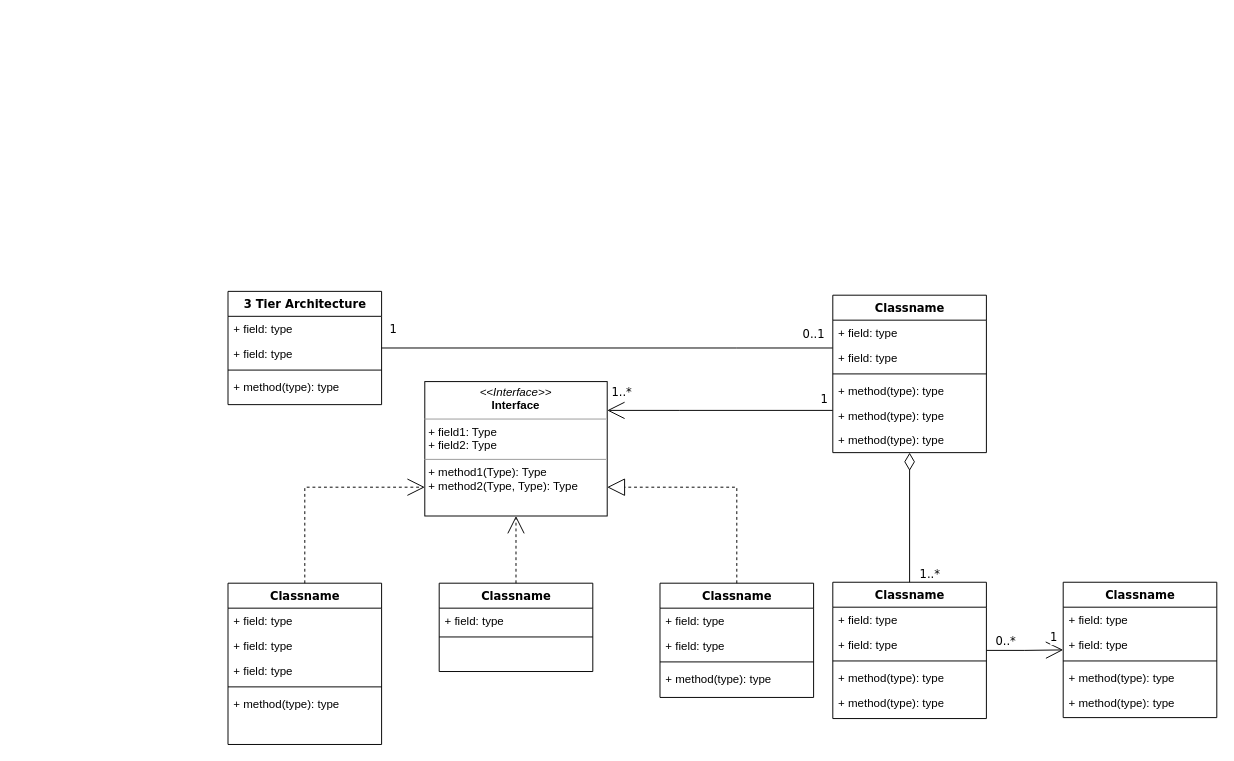
The draw.io diagram Untitled Diagram.drawio in karthi770/Java_app, before the edit. Source tidied: cells renumbered, new cells numbered last; positions are measured from the earlier drawing's top-left corner, leaving out a move shared by most shapes. Both pictures are drawn from the tidied source at 96%, with x=0, y=0 at pixel (228, 291).
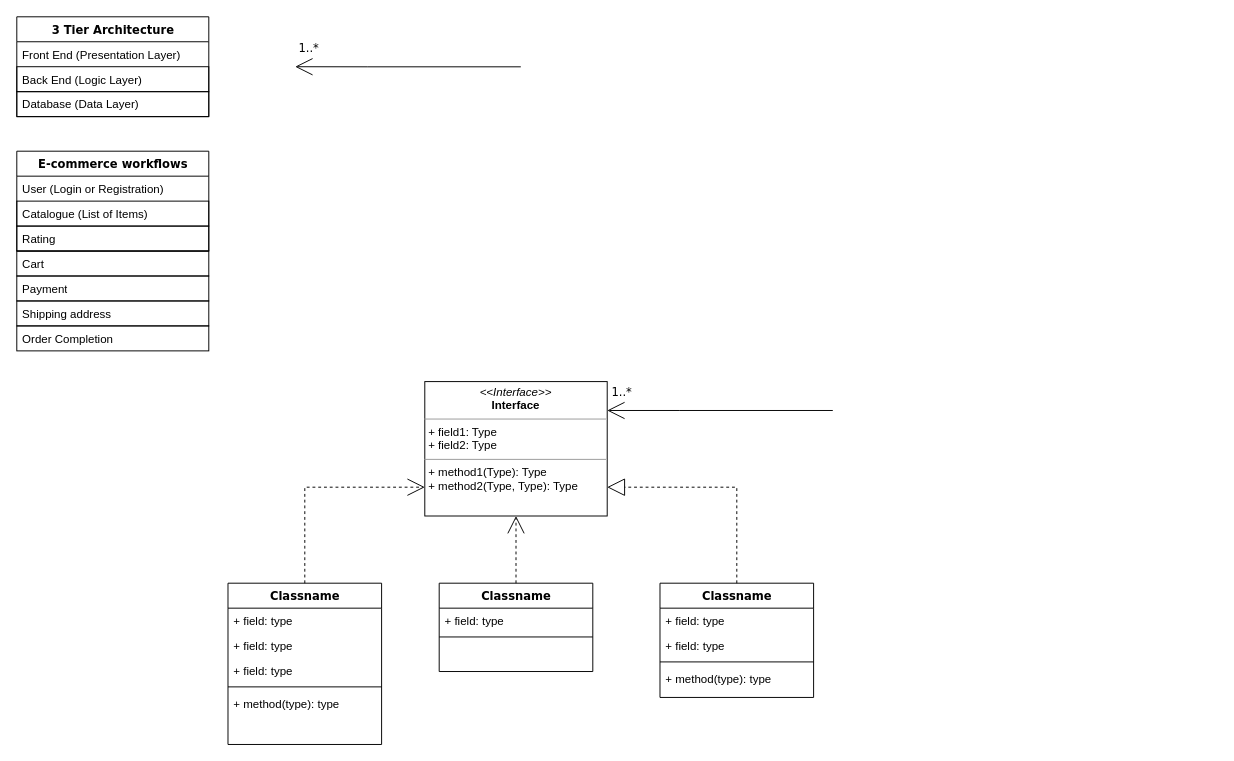
The same diagram, later.

Unchanged cells that the change refers to:
```xml
<mxCell id="54" value="&lt;p style=&quot;margin:0px;margin-top:4px;text-align:center;&quot;&gt;&lt;i&gt;&amp;lt;&amp;lt;Interface&amp;gt;&amp;gt;&lt;/i&gt;&lt;br/&gt;&lt;b&gt;Interface&lt;/b&gt;&lt;/p&gt;&lt;hr size=&quot;1&quot;/&gt;&lt;p style=&quot;margin:0px;margin-left:4px;&quot;&gt;+ field1: Type&lt;br/&gt;+ field2: Type&lt;/p&gt;&lt;hr size=&quot;1&quot;/&gt;&lt;p style=&quot;margin:0px;margin-left:4px;&quot;&gt;+ method1(Type): Type&lt;br/&gt;+ method2(Type, Type): Type&lt;/p&gt;" style="verticalAlign=top;align=left;overflow=fill;fontSize=12;fontFamily=Helvetica;html=1;rounded=0;shadow=0;comic=0;labelBackgroundColor=none;strokeWidth=1;" parent="1" vertex="1">
  <mxGeometry x="205" y="94" width="190" height="140" as="geometry" />
</mxCell>
```

Change to the diagram source:
```diff
@@
     <mxCell id="9" value="3 Tier Architecture" style="swimlane;html=1;fontStyle=1;align=center;verticalAlign=top;horizontal=1;startSize=26;swimlaneFillColor=#ffffff;rounded=0;shadow=0;comic=0;labelBackgroundColor=none;strokeWidth=1;fillColor=none;fontFamily=Verdana;fontSize=12;" parent="1" vertex="1">
-      <mxGeometry width="160" height="118" as="geometry" />
+      <mxGeometry x="-220" y="-286" width="200" height="104" as="geometry" />
     </mxCell>
-    <mxCell id="10" value="+ field: type" style="text;html=1;strokeColor=none;fillColor=none;align=left;verticalAlign=top;spacingLeft=4;spacingRight=4;whiteSpace=wrap;overflow=hidden;" parent="9" vertex="1">
-      <mxGeometry y="26" width="160" height="26" as="geometry" />
+    <mxCell id="10" value="Front End (Presentation Layer) &lt;span style=&quot;white-space: pre;&quot;&gt;&#9;&lt;/span&gt;" style="text;html=1;strokeColor=none;fillColor=none;align=left;verticalAlign=top;spacingLeft=4;spacingRight=4;whiteSpace=wrap;overflow=hidden;" parent="9" vertex="1">
+      <mxGeometry y="26" width="200" height="26" as="geometry" />
     </mxCell>
-    <mxCell id="11" value="+ field: type" style="text;html=1;strokeColor=none;fillColor=none;align=left;verticalAlign=top;spacingLeft=4;spacingRight=4;whiteSpace=wrap;overflow=hidden;" parent="9" vertex="1">
-      <mxGeometry y="52" width="160" height="26" as="geometry" />
+    <mxCell id="11" value="Back End (Logic Layer)&lt;span style=&quot;white-space: pre;&quot;&gt;&#9;&lt;/span&gt;&lt;span style=&quot;white-space: pre;&quot;&gt;&#9;&lt;/span&gt;" style="text;html=1;strokeColor=default;fillColor=none;align=left;verticalAlign=top;spacingLeft=4;spacingRight=4;whiteSpace=wrap;overflow=hidden;" parent="9" vertex="1">
+      <mxGeometry y="52" width="200" height="26" as="geometry" />
     </mxCell>
-    <mxCell id="12" style="line;html=1;strokeWidth=1;fillColor=none;align=left;verticalAlign=middle;spacingTop=-1;spacingLeft=3;spacingRight=3;labelPosition=right;" parent="9" vertex="1">
-      <mxGeometry y="78" width="160" height="8" as="geometry" />
-    </mxCell>
-    <mxCell id="13" value="+ method(type): type" style="text;html=1;strokeColor=none;fillColor=none;align=left;verticalAlign=top;spacingLeft=4;spacingRight=4;whiteSpace=wrap;overflow=hidden;" parent="9" vertex="1">
-      <mxGeometry y="86" width="160" height="26" as="geometry" />
-    </mxCell>
+    <mxCell id="55" value="Database (Data Layer)" style="text;html=1;strokeColor=default;fillColor=none;align=left;verticalAlign=top;spacingLeft=4;spacingRight=4;whiteSpace=wrap;overflow=hidden;" parent="9" vertex="1">
+      <mxGeometry y="78" width="200" height="26" as="geometry" />
+    </mxCell>
-    <mxCell id="14" style="edgeStyle=orthogonalEdgeStyle;rounded=0;html=1;labelBackgroundColor=none;startArrow=none;startFill=0;startSize=8;endArrow=open;endFill=0;endSize=16;fontFamily=Verdana;fontSize=12;" parent="1" edge="1" source="20" target="54">
+    <mxCell id="14" style="edgeStyle=orthogonalEdgeStyle;rounded=0;html=1;labelBackgroundColor=none;startArrow=none;startFill=0;startSize=8;endArrow=open;endFill=0;endSize=16;fontFamily=Verdana;fontSize=12;" parent="1" edge="1" target="54">
       <mxGeometry relative="1" as="geometry">
+        <mxPoint x="630" y="124.1" as="sourcePoint" />
         <Array as="points">
           <mxPoint x="470" y="124" />
           <mxPoint x="470" y="124" />
         </Array>
       </mxGeometry>
     </mxCell>
@@
-    <mxCell id="16" value="1" style="text;html=1;align=center;verticalAlign=middle;labelBackgroundColor=#ffffff;fontSize=12;fontFamily=Verdana;" parent="14" vertex="1">
-      <mxGeometry x="0.36" y="152" relative="1" as="geometry">
-        <mxPoint x="150" y="-164" as="offset" />
-      </mxGeometry>
-    </mxCell>
-    <mxCell id="17" style="edgeStyle=orthogonalEdgeStyle;rounded=0;html=1;labelBackgroundColor=none;startArrow=none;startFill=0;startSize=8;endArrow=none;endFill=0;endSize=16;fontFamily=Verdana;fontSize=12;" parent="1" edge="1" source="20" target="9">
-      <mxGeometry relative="1" as="geometry">
-        <Array as="points">
-          <mxPoint x="530" y="59" />
-          <mxPoint x="530" y="59" />
-        </Array>
-      </mxGeometry>
-    </mxCell>
-    <mxCell id="18" value="0..1" style="text;html=1;align=center;verticalAlign=middle;labelBackgroundColor=#ffffff;fontSize=12;fontFamily=Verdana;" parent="17" vertex="1">
-      <mxGeometry x="-0.57" y="-86" relative="1" as="geometry">
-        <mxPoint x="80" y="71" as="offset" />
-      </mxGeometry>
-    </mxCell>
-    <mxCell id="19" value="1" style="text;html=1;align=center;verticalAlign=middle;labelBackgroundColor=#ffffff;fontSize=12;fontFamily=Verdana;" parent="17" vertex="1">
-      <mxGeometry x="0.89" y="-1" relative="1" as="geometry">
-        <mxPoint x="-15" y="-19" as="offset" />
-      </mxGeometry>
-    </mxCell>
-    <mxCell id="20" value="Classname" style="swimlane;html=1;fontStyle=1;align=center;verticalAlign=top;horizontal=1;startSize=26;swimlaneFillColor=#ffffff;rounded=0;shadow=0;comic=0;labelBackgroundColor=none;strokeWidth=1;fillColor=none;fontFamily=Verdana;fontSize=12;" parent="1" vertex="1">
-      <mxGeometry x="630" y="4" width="160" height="164" as="geometry" />
-    </mxCell>
-    <mxCell id="21" value="+ field: type" style="text;html=1;strokeColor=none;fillColor=none;align=left;verticalAlign=top;spacingLeft=4;spacingRight=4;whiteSpace=wrap;overflow=hidden;" parent="20" vertex="1">
-      <mxGeometry y="26" width="160" height="26" as="geometry" />
-    </mxCell>
-    <mxCell id="22" value="+ field: type" style="text;html=1;strokeColor=none;fillColor=none;align=left;verticalAlign=top;spacingLeft=4;spacingRight=4;whiteSpace=wrap;overflow=hidden;" parent="20" vertex="1">
-      <mxGeometry y="52" width="160" height="26" as="geometry" />
-    </mxCell>
-    <mxCell id="23" style="line;html=1;strokeWidth=1;fillColor=none;align=left;verticalAlign=middle;spacingTop=-1;spacingLeft=3;spacingRight=3;labelPosition=right;" parent="20" vertex="1">
-      <mxGeometry y="78" width="160" height="8" as="geometry" />
-    </mxCell>
-    <mxCell id="24" value="+ method(type): type" style="text;html=1;strokeColor=none;fillColor=none;align=left;verticalAlign=top;spacingLeft=4;spacingRight=4;whiteSpace=wrap;overflow=hidden;" parent="20" vertex="1">
-      <mxGeometry y="86" width="160" height="26" as="geometry" />
-    </mxCell>
-    <mxCell id="25" value="+ method(type): type" style="text;html=1;strokeColor=none;fillColor=none;align=left;verticalAlign=top;spacingLeft=4;spacingRight=4;whiteSpace=wrap;overflow=hidden;" parent="20" vertex="1">
-      <mxGeometry y="112" width="160" height="26" as="geometry" />
-    </mxCell>
-    <mxCell id="26" value="+ method(type): type" style="text;html=1;strokeColor=none;fillColor=none;align=left;verticalAlign=top;spacingLeft=4;spacingRight=4;whiteSpace=wrap;overflow=hidden;" parent="20" vertex="1">
-      <mxGeometry y="138" width="160" height="26" as="geometry" />
-    </mxCell>
@@
-    <mxCell id="31" style="edgeStyle=orthogonalEdgeStyle;rounded=0;html=1;labelBackgroundColor=none;startArrow=none;startFill=0;startSize=8;endArrow=diamondThin;endFill=0;endSize=16;fontFamily=Verdana;fontSize=12;" parent="1" edge="1" source="36" target="20">
-      <mxGeometry relative="1" as="geometry" />
-    </mxCell>
-    <mxCell id="32" value="1..*" style="text;html=1;align=center;verticalAlign=middle;labelBackgroundColor=#ffffff;fontSize=12;fontFamily=Verdana;" parent="31" vertex="1">
-      <mxGeometry x="-0.85" y="-1" relative="1" as="geometry">
-        <mxPoint x="19" y="1" as="offset" />
-      </mxGeometry>
-    </mxCell>
-    <mxCell id="33" style="edgeStyle=orthogonalEdgeStyle;rounded=0;html=1;labelBackgroundColor=none;startArrow=none;startFill=0;startSize=8;endArrow=open;endFill=0;endSize=16;fontFamily=Verdana;fontSize=12;" parent="1" edge="1" source="36" target="42">
-      <mxGeometry relative="1" as="geometry" />
-    </mxCell>
-    <mxCell id="34" value="0..*" style="text;html=1;align=center;verticalAlign=middle;labelBackgroundColor=#ffffff;fontSize=12;fontFamily=Verdana;" parent="33" vertex="1">
-      <mxGeometry x="-0.79" relative="1" as="geometry">
-        <mxPoint x="11" y="-10" as="offset" />
-      </mxGeometry>
-    </mxCell>
-    <mxCell id="35" value="1" style="text;html=1;align=center;verticalAlign=middle;labelBackgroundColor=#ffffff;fontSize=12;fontFamily=Verdana;" parent="33" vertex="1">
-      <mxGeometry x="0.7" y="1" relative="1" as="geometry">
-        <mxPoint x="2" y="-12" as="offset" />
-      </mxGeometry>
-    </mxCell>
-    <mxCell id="36" value="Classname" style="swimlane;html=1;fontStyle=1;align=center;verticalAlign=top;horizontal=1;startSize=26;swimlaneFillColor=#ffffff;rounded=0;shadow=0;comic=0;labelBackgroundColor=none;strokeWidth=1;fillColor=none;fontFamily=Verdana;fontSize=12;" parent="1" vertex="1">
-      <mxGeometry x="630" y="303" width="160" height="142" as="geometry" />
-    </mxCell>
-    <mxCell id="37" value="+ field: type" style="text;html=1;strokeColor=none;fillColor=none;align=left;verticalAlign=top;spacingLeft=4;spacingRight=4;whiteSpace=wrap;overflow=hidden;" parent="36" vertex="1">
-      <mxGeometry y="26" width="160" height="26" as="geometry" />
-    </mxCell>
-    <mxCell id="38" value="+ field: type" style="text;html=1;strokeColor=none;fillColor=none;align=left;verticalAlign=top;spacingLeft=4;spacingRight=4;whiteSpace=wrap;overflow=hidden;" parent="36" vertex="1">
-      <mxGeometry y="52" width="160" height="26" as="geometry" />
-    </mxCell>
-    <mxCell id="39" style="line;html=1;strokeWidth=1;fillColor=none;align=left;verticalAlign=middle;spacingTop=-1;spacingLeft=3;spacingRight=3;labelPosition=right;" parent="36" vertex="1">
-      <mxGeometry y="78" width="160" height="8" as="geometry" />
-    </mxCell>
-    <mxCell id="40" value="+ method(type): type" style="text;html=1;strokeColor=none;fillColor=none;align=left;verticalAlign=top;spacingLeft=4;spacingRight=4;whiteSpace=wrap;overflow=hidden;" parent="36" vertex="1">
-      <mxGeometry y="86" width="160" height="26" as="geometry" />
-    </mxCell>
-    <mxCell id="41" value="+ method(type): type" style="text;html=1;strokeColor=none;fillColor=none;align=left;verticalAlign=top;spacingLeft=4;spacingRight=4;whiteSpace=wrap;overflow=hidden;" parent="36" vertex="1">
-      <mxGeometry y="112" width="160" height="26" as="geometry" />
-    </mxCell>
-    <mxCell id="42" value="Classname" style="swimlane;html=1;fontStyle=1;align=center;verticalAlign=top;horizontal=1;startSize=26;swimlaneFillColor=#ffffff;rounded=0;shadow=0;comic=0;labelBackgroundColor=none;strokeWidth=1;fillColor=none;fontFamily=Verdana;fontSize=12;" parent="1" vertex="1">
-      <mxGeometry x="870" y="303" width="160" height="141" as="geometry" />
-    </mxCell>
-    <mxCell id="43" value="+ field: type" style="text;html=1;strokeColor=none;fillColor=none;align=left;verticalAlign=top;spacingLeft=4;spacingRight=4;whiteSpace=wrap;overflow=hidden;" parent="42" vertex="1">
-      <mxGeometry y="26" width="160" height="26" as="geometry" />
-    </mxCell>
-    <mxCell id="44" value="+ field: type" style="text;html=1;strokeColor=none;fillColor=none;align=left;verticalAlign=top;spacingLeft=4;spacingRight=4;whiteSpace=wrap;overflow=hidden;" parent="42" vertex="1">
-      <mxGeometry y="52" width="160" height="26" as="geometry" />
-    </mxCell>
-    <mxCell id="45" style="line;html=1;strokeWidth=1;fillColor=none;align=left;verticalAlign=middle;spacingTop=-1;spacingLeft=3;spacingRight=3;labelPosition=right;" parent="42" vertex="1">
-      <mxGeometry y="78" width="160" height="8" as="geometry" />
-    </mxCell>
-    <mxCell id="46" value="+ method(type): type" style="text;html=1;strokeColor=none;fillColor=none;align=left;verticalAlign=top;spacingLeft=4;spacingRight=4;whiteSpace=wrap;overflow=hidden;" parent="42" vertex="1">
-      <mxGeometry y="86" width="160" height="26" as="geometry" />
-    </mxCell>
-    <mxCell id="47" value="+ method(type): type" style="text;html=1;strokeColor=none;fillColor=none;align=left;verticalAlign=top;spacingLeft=4;spacingRight=4;whiteSpace=wrap;overflow=hidden;" parent="42" vertex="1">
-      <mxGeometry y="112" width="160" height="26" as="geometry" />
-    </mxCell>
@@
+    <mxCell id="56" style="edgeStyle=orthogonalEdgeStyle;rounded=0;html=1;labelBackgroundColor=none;startArrow=none;startFill=0;startSize=8;endArrow=open;endFill=0;endSize=16;fontFamily=Verdana;fontSize=12;" parent="1" edge="1">
+      <mxGeometry relative="1" as="geometry">
+        <mxPoint x="305" y="-233.9" as="sourcePoint" />
+        <mxPoint x="70" y="-234" as="targetPoint" />
+        <Array as="points">
+          <mxPoint x="145" y="-234" />
+          <mxPoint x="145" y="-234" />
+        </Array>
+      </mxGeometry>
+    </mxCell>
+    <mxCell id="32" value="1..*" style="text;html=1;align=center;verticalAlign=middle;labelBackgroundColor=#ffffff;fontSize=12;fontFamily=Verdana;" parent="56" vertex="1">
+      <mxGeometry x="0.86" y="2" relative="1" as="geometry">
+        <mxPoint x="-2" y="-22" as="offset" />
+      </mxGeometry>
+    </mxCell>
+    <mxCell id="57" value="E-commerce workflows " style="swimlane;html=1;fontStyle=1;align=center;verticalAlign=top;horizontal=1;startSize=26;swimlaneFillColor=#ffffff;rounded=0;shadow=0;comic=0;labelBackgroundColor=none;strokeWidth=1;fillColor=none;fontFamily=Verdana;fontSize=12;" parent="1" vertex="1">
+      <mxGeometry x="-220" y="-146" width="200" height="104" as="geometry" />
+    </mxCell>
+    <mxCell id="58" value="User (Login or Registration) &lt;span style=&quot;white-space: pre;&quot;&gt;&#9;&lt;/span&gt;" style="text;html=1;strokeColor=none;fillColor=none;align=left;verticalAlign=top;spacingLeft=4;spacingRight=4;whiteSpace=wrap;overflow=hidden;" parent="57" vertex="1">
+      <mxGeometry y="26" width="200" height="26" as="geometry" />
+    </mxCell>
+    <mxCell id="59" value="Catalogue (List of Items)" style="text;html=1;strokeColor=default;fillColor=none;align=left;verticalAlign=top;spacingLeft=4;spacingRight=4;whiteSpace=wrap;overflow=hidden;" parent="57" vertex="1">
+      <mxGeometry y="52" width="200" height="26" as="geometry" />
+    </mxCell>
+    <mxCell id="60" value="Rating" style="text;html=1;strokeColor=default;fillColor=none;align=left;verticalAlign=top;spacingLeft=4;spacingRight=4;whiteSpace=wrap;overflow=hidden;" parent="57" vertex="1">
+      <mxGeometry y="78" width="200" height="26" as="geometry" />
+    </mxCell>
+    <mxCell id="61" value="Cart" style="text;html=1;strokeColor=default;fillColor=none;align=left;verticalAlign=top;spacingLeft=4;spacingRight=4;whiteSpace=wrap;overflow=hidden;" parent="1" vertex="1">
+      <mxGeometry x="-220" y="-42" width="200" height="26" as="geometry" />
+    </mxCell>
+    <mxCell id="62" value="Payment" style="text;html=1;strokeColor=default;fillColor=none;align=left;verticalAlign=top;spacingLeft=4;spacingRight=4;whiteSpace=wrap;overflow=hidden;" parent="1" vertex="1">
+      <mxGeometry x="-220" y="-16" width="200" height="26" as="geometry" />
+    </mxCell>
+    <mxCell id="63" value="Shipping address" style="text;html=1;strokeColor=default;fillColor=none;align=left;verticalAlign=top;spacingLeft=4;spacingRight=4;whiteSpace=wrap;overflow=hidden;" parent="1" vertex="1">
+      <mxGeometry x="-220" y="10" width="200" height="26" as="geometry" />
+    </mxCell>
+    <mxCell id="64" value="Order Completion" style="text;html=1;strokeColor=default;fillColor=none;align=left;verticalAlign=top;spacingLeft=4;spacingRight=4;whiteSpace=wrap;overflow=hidden;" parent="1" vertex="1">
+      <mxGeometry x="-220" y="36" width="200" height="26" as="geometry" />
+    </mxCell>
```
